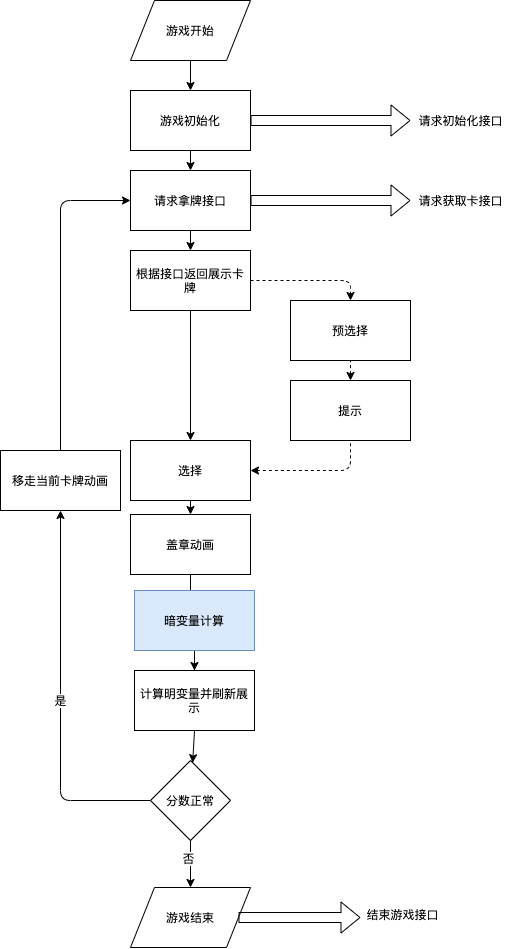
ParallelWorldProject/minigame-antivirus keeps this draw.io diagram as doc/minigame-前端.png. Above is the earlier version. Source tidied: cells renumbered, new cells last; positions are measured from the earlier drawing's top-left corner, leaving out a move shared by most shapes. Source of this version:
```xml
<mxGraphModel>
  <root>
    <mxCell id="0" />
    <mxCell id="1" parent="0" />
    <mxCell id="2" value="请求拿牌接口" style="rounded=0;whiteSpace=wrap;html=1;" parent="1" vertex="1">
      <mxGeometry x="130" y="170" width="120" height="60" as="geometry" />
    </mxCell>
    <mxCell id="3" value="根据接口返回展示卡牌" style="rounded=0;whiteSpace=wrap;html=1;" parent="1" vertex="1">
      <mxGeometry x="130" y="250" width="120" height="60" as="geometry" />
    </mxCell>
    <mxCell id="4" value="预选择" style="rounded=0;whiteSpace=wrap;html=1;" parent="1" vertex="1">
      <mxGeometry x="290" y="300" width="120" height="60" as="geometry" />
    </mxCell>
    <mxCell id="5" value="提示" style="rounded=0;whiteSpace=wrap;html=1;" parent="1" vertex="1">
      <mxGeometry x="290" y="380" width="120" height="60" as="geometry" />
    </mxCell>
    <mxCell id="6" value="计算明变量并刷新展示" style="rounded=0;whiteSpace=wrap;html=1;" parent="1" vertex="1">
      <mxGeometry x="134" y="670" width="120" height="60" as="geometry" />
    </mxCell>
    <mxCell id="7" value="分数正常" style="rhombus;whiteSpace=wrap;html=1;" parent="1" vertex="1">
      <mxGeometry x="150" y="760" width="80" height="80" as="geometry" />
    </mxCell>
    <mxCell id="8" style="endArrow=classic;html=1;exitX=0.5;exitY=1;exitDx=0;exitDy=0;entryX=0.5;entryY=0;entryDx=0;entryDy=0;" parent="1" edge="1" source="26" target="2">
      <mxGeometry relative="1" as="geometry" />
    </mxCell>
    <mxCell id="9" style="endArrow=classic;html=1;exitX=0.5;exitY=1;exitDx=0;exitDy=0;" parent="1" edge="1" source="2" target="3">
      <mxGeometry relative="1" as="geometry" />
    </mxCell>
    <mxCell id="10" style="endArrow=classic;html=1;exitX=0.5;exitY=1;exitDx=0;exitDy=0;entryX=0.5;entryY=0;entryDx=0;entryDy=0;" parent="1" edge="1" source="3" target="33">
      <mxGeometry relative="1" as="geometry" />
    </mxCell>
    <mxCell id="11" style="endArrow=classic;dashed=1;html=1;exitX=1;exitY=0.5;exitDx=0;exitDy=0;entryX=0.5;entryY=0;entryDx=0;entryDy=0;endFill=1;" parent="1" edge="1" source="3" target="4">
      <mxGeometry relative="1" as="geometry">
        <Array as="points">
          <mxPoint x="350" y="280" />
        </Array>
      </mxGeometry>
    </mxCell>
    <mxCell id="12" style="endArrow=none;dashed=1;html=1;entryX=0.5;entryY=1;entryDx=0;entryDy=0;endFill=0;startArrow=classic;startFill=1;" parent="1" edge="1" source="33" target="5">
      <mxGeometry relative="1" as="geometry">
        <Array as="points">
          <mxPoint x="350" y="470" />
        </Array>
      </mxGeometry>
    </mxCell>
    <mxCell id="13" style="endArrow=none;dashed=1;html=1;entryX=0.5;entryY=1;entryDx=0;entryDy=0;exitX=0.5;exitY=0;exitDx=0;exitDy=0;endFill=0;startArrow=classic;startFill=1;" parent="1" edge="1" source="5" target="4">
      <mxGeometry relative="1" as="geometry" />
    </mxCell>
    <mxCell id="14" value="游戏开始" style="shape=parallelogram;perimeter=parallelogramPerimeter;whiteSpace=wrap;html=1;" parent="1" vertex="1">
      <mxGeometry x="130" width="120" height="60" as="geometry" />
    </mxCell>
    <mxCell id="15" value="游戏结束" style="shape=parallelogram;perimeter=parallelogramPerimeter;whiteSpace=wrap;html=1;" parent="1" vertex="1">
      <mxGeometry x="130" y="887" width="120" height="60" as="geometry" />
    </mxCell>
    <mxCell id="16" style="endArrow=classic;html=1;exitX=0.5;exitY=1;exitDx=0;exitDy=0;" parent="1" edge="1" source="6" target="7">
      <mxGeometry relative="1" as="geometry" />
    </mxCell>
    <mxCell id="17" style="endArrow=classic;html=1;exitX=0.5;exitY=1;exitDx=0;exitDy=0;entryX=0.5;entryY=0;entryDx=0;entryDy=0;" parent="1" edge="1" source="7" target="15">
      <mxGeometry relative="1" as="geometry" />
    </mxCell>
    <mxCell id="18" value="否" style="text;html=1;align=center;verticalAlign=middle;labelBackgroundColor=#ffffff;" parent="17" vertex="1">
      <mxGeometry x="-0.28" y="-2" relative="1" as="geometry" />
    </mxCell>
    <mxCell id="19" value="是" style="endArrow=classic;html=1;exitX=0;exitY=0.5;exitDx=0;exitDy=0;" parent="1" edge="1" source="7" target="20">
      <mxGeometry relative="1" as="geometry">
        <Array as="points">
          <mxPoint x="60" y="800" />
        </Array>
      </mxGeometry>
    </mxCell>
    <mxCell id="20" value="移走当前卡牌动画" style="rounded=0;whiteSpace=wrap;html=1;" parent="1" vertex="1">
      <mxGeometry y="450" width="120" height="60" as="geometry" />
    </mxCell>
    <mxCell id="21" style="edgeStyle=orthogonalEdgeStyle;rounded=0;jettySize=auto;html=1;startArrow=none;startFill=0;" parent="1" edge="1" source="22" target="35">
      <mxGeometry relative="1" as="geometry" />
    </mxCell>
    <mxCell id="22" value="盖章动画" style="rounded=0;whiteSpace=wrap;html=1;" parent="1" vertex="1">
      <mxGeometry x="130" y="514" width="120" height="60" as="geometry" />
    </mxCell>
    <mxCell id="23" style="endArrow=classic;html=1;exitX=0.5;exitY=1;exitDx=0;exitDy=0;" parent="1" edge="1" source="33" target="22">
      <mxGeometry relative="1" as="geometry" />
    </mxCell>
    <mxCell id="24" style="endArrow=classic;html=1;entryX=0;entryY=0.5;entryDx=0;entryDy=0;exitX=0.5;exitY=0;exitDx=0;exitDy=0;" parent="1" edge="1" source="20" target="2">
      <mxGeometry relative="1" as="geometry">
        <Array as="points">
          <mxPoint x="60" y="200" />
        </Array>
      </mxGeometry>
    </mxCell>
    <mxCell id="25" style="shape=flexArrow;endArrow=classic;html=1;exitX=1;exitY=0.5;exitDx=0;exitDy=0;" parent="1" edge="1" source="15">
      <mxGeometry relative="1" as="geometry">
        <mxPoint x="360" y="917" as="targetPoint" />
      </mxGeometry>
    </mxCell>
    <mxCell id="26" value="游戏初始化" style="rounded=0;whiteSpace=wrap;html=1;" parent="1" vertex="1">
      <mxGeometry x="130" y="90" width="120" height="60" as="geometry" />
    </mxCell>
    <mxCell id="27" style="endArrow=classic;html=1;exitX=0.5;exitY=1;exitDx=0;exitDy=0;entryX=0.5;entryY=0;entryDx=0;entryDy=0;" parent="1" edge="1" source="14" target="26">
      <mxGeometry relative="1" as="geometry" />
    </mxCell>
    <mxCell id="28" style="shape=flexArrow;endArrow=classic;html=1;exitX=1;exitY=0.5;exitDx=0;exitDy=0;" parent="1" edge="1" source="26">
      <mxGeometry relative="1" as="geometry">
        <mxPoint x="410" y="120" as="targetPoint" />
      </mxGeometry>
    </mxCell>
    <mxCell id="29" style="shape=flexArrow;endArrow=classic;html=1;exitX=1;exitY=0.5;exitDx=0;exitDy=0;" parent="1" edge="1" source="2">
      <mxGeometry relative="1" as="geometry">
        <mxPoint x="410" y="200" as="targetPoint" />
      </mxGeometry>
    </mxCell>
    <mxCell id="30" value="请求初始化接口" style="text;html=1;align=center;verticalAlign=middle;" parent="1" vertex="1">
      <mxGeometry x="410" y="110" width="100" height="20" as="geometry" />
    </mxCell>
    <mxCell id="31" value="请求获取卡接口" style="text;html=1;align=center;verticalAlign=middle;" parent="1" vertex="1">
      <mxGeometry x="410" y="190" width="100" height="20" as="geometry" />
    </mxCell>
    <mxCell id="32" value="结束游戏接口" style="text;html=1;align=center;verticalAlign=middle;points=[];" parent="1" vertex="1">
      <mxGeometry x="357" y="904" width="90" height="20" as="geometry" />
    </mxCell>
    <mxCell id="33" value="选择" style="rounded=0;whiteSpace=wrap;html=1;" parent="1" vertex="1">
      <mxGeometry x="130" y="440" width="120" height="60" as="geometry" />
    </mxCell>
    <mxCell id="34" style="edgeStyle=orthogonalEdgeStyle;rounded=0;jettySize=auto;html=1;startArrow=none;startFill=0;" parent="1" edge="1" source="35" target="6">
      <mxGeometry relative="1" as="geometry" />
    </mxCell>
    <mxCell id="35" value="暗变量计算" style="rounded=0;whiteSpace=wrap;html=1;fillColor=#dae8fc;strokeColor=#6c8ebf;" parent="1" vertex="1">
      <mxGeometry x="134" y="590" width="120" height="60" as="geometry" />
    </mxCell>
  </root>
</mxGraphModel>
```
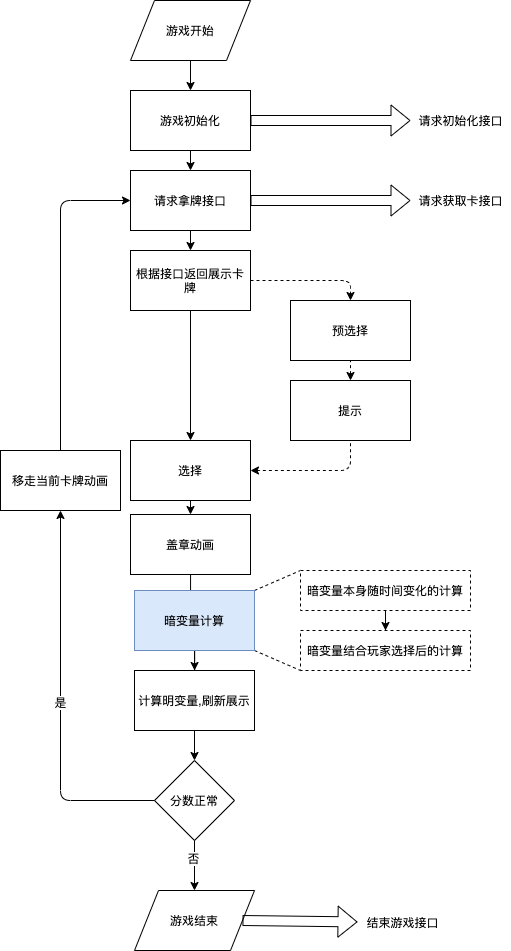
Above is the later version.

Commit message:
细化前端逻辑中暗变量计算的逻辑

What changed in the source:
```diff
@@ -14,11 +14,11 @@
     <mxCell id="5" value="提示" style="rounded=0;whiteSpace=wrap;html=1;" parent="1" vertex="1">
       <mxGeometry x="290" y="380" width="120" height="60" as="geometry" />
     </mxCell>
-    <mxCell id="6" value="计算明变量并刷新展示" style="rounded=0;whiteSpace=wrap;html=1;" parent="1" vertex="1">
+    <mxCell id="6" value="&lt;font style=&quot;font-size: 11px&quot;&gt;计算明变量,刷新展示&lt;/font&gt;" style="rounded=0;whiteSpace=wrap;html=1;" parent="1" vertex="1">
       <mxGeometry x="134" y="670" width="120" height="60" as="geometry" />
     </mxCell>
     <mxCell id="7" value="分数正常" style="rhombus;whiteSpace=wrap;html=1;" parent="1" vertex="1">
-      <mxGeometry x="150" y="760" width="80" height="80" as="geometry" />
+      <mxGeometry x="154" y="760" width="80" height="80" as="geometry" />
     </mxCell>
     <mxCell id="8" style="endArrow=classic;html=1;exitX=0.5;exitY=1;exitDx=0;exitDy=0;entryX=0.5;entryY=0;entryDx=0;entryDy=0;" parent="1" edge="1" source="26" target="2">
       <mxGeometry relative="1" as="geometry" />
@@ -50,7 +50,7 @@
       <mxGeometry x="130" width="120" height="60" as="geometry" />
     </mxCell>
     <mxCell id="15" value="游戏结束" style="shape=parallelogram;perimeter=parallelogramPerimeter;whiteSpace=wrap;html=1;" parent="1" vertex="1">
-      <mxGeometry x="130" y="887" width="120" height="60" as="geometry" />
+      <mxGeometry x="134" y="890" width="120" height="60" as="geometry" />
     </mxCell>
     <mxCell id="16" style="endArrow=classic;html=1;exitX=0.5;exitY=1;exitDx=0;exitDy=0;" parent="1" edge="1" source="6" target="7">
       <mxGeometry relative="1" as="geometry" />
@@ -87,10 +87,8 @@
         </Array>
       </mxGeometry>
     </mxCell>
-    <mxCell id="25" style="shape=flexArrow;endArrow=classic;html=1;exitX=1;exitY=0.5;exitDx=0;exitDy=0;" parent="1" edge="1" source="15">
-      <mxGeometry relative="1" as="geometry">
-        <mxPoint x="360" y="917" as="targetPoint" />
-      </mxGeometry>
+    <mxCell id="25" style="shape=flexArrow;endArrow=classic;html=1;exitX=1;exitY=0.5;exitDx=0;exitDy=0;" parent="1" edge="1" source="15" target="32">
+      <mxGeometry relative="1" as="geometry" />
     </mxCell>
     <mxCell id="26" value="游戏初始化" style="rounded=0;whiteSpace=wrap;html=1;" parent="1" vertex="1">
       <mxGeometry x="130" y="90" width="120" height="60" as="geometry" />
@@ -115,7 +113,7 @@
       <mxGeometry x="410" y="190" width="100" height="20" as="geometry" />
     </mxCell>
     <mxCell id="32" value="结束游戏接口" style="text;html=1;align=center;verticalAlign=middle;points=[];" parent="1" vertex="1">
-      <mxGeometry x="357" y="904" width="90" height="20" as="geometry" />
+      <mxGeometry x="357" y="912" width="90" height="20" as="geometry" />
     </mxCell>
     <mxCell id="33" value="选择" style="rounded=0;whiteSpace=wrap;html=1;" parent="1" vertex="1">
       <mxGeometry x="130" y="440" width="120" height="60" as="geometry" />
@@ -123,8 +121,23 @@
     <mxCell id="34" style="edgeStyle=orthogonalEdgeStyle;rounded=0;jettySize=auto;html=1;startArrow=none;startFill=0;" parent="1" edge="1" source="35" target="6">
       <mxGeometry relative="1" as="geometry" />
     </mxCell>
+    <mxCell id="36" style="rounded=0;jettySize=auto;html=1;exitX=1;exitY=0;exitDx=0;exitDy=0;entryX=0;entryY=0;entryDx=0;entryDy=0;startArrow=none;startFill=0;endArrow=none;endFill=0;fontSize=10;fontColor=#000000;dashed=1;" parent="1" edge="1" source="35" target="39">
+      <mxGeometry relative="1" as="geometry" />
+    </mxCell>
+    <mxCell id="37" style="edgeStyle=none;rounded=0;jettySize=auto;html=1;exitX=1;exitY=1;exitDx=0;exitDy=0;entryX=0;entryY=1;entryDx=0;entryDy=0;startArrow=none;startFill=0;endArrow=none;endFill=0;fontSize=10;fontColor=#000000;dashed=1;" parent="1" edge="1" source="35" target="40">
+      <mxGeometry relative="1" as="geometry" />
+    </mxCell>
     <mxCell id="35" value="暗变量计算" style="rounded=0;whiteSpace=wrap;html=1;fillColor=#dae8fc;strokeColor=#6c8ebf;" parent="1" vertex="1">
       <mxGeometry x="134" y="590" width="120" height="60" as="geometry" />
     </mxCell>
+    <mxCell id="38" style="edgeStyle=orthogonalEdgeStyle;rounded=0;jettySize=auto;html=1;startArrow=none;startFill=0;endArrow=classic;endFill=1;fontSize=10;fontColor=#000000;" parent="1" edge="1" source="39" target="40">
+      <mxGeometry relative="1" as="geometry" />
+    </mxCell>
+    <mxCell id="39" value="暗变量本身随时间变化的计算" style="rounded=0;whiteSpace=wrap;html=1;fontColor=#000000;dashed=1;" parent="1" vertex="1">
+      <mxGeometry x="300" y="570" width="170" height="40" as="geometry" />
+    </mxCell>
+    <mxCell id="40" value="&lt;font style=&quot;font-size: 12px&quot;&gt;暗变量结合玩家选择后的计算&lt;/font&gt;" style="rounded=0;whiteSpace=wrap;html=1;fontColor=#000000;fontSize=10;dashed=1;" parent="1" vertex="1">
+      <mxGeometry x="300" y="630" width="170" height="40" as="geometry" />
+    </mxCell>
   </root>
 </mxGraphModel>
```
